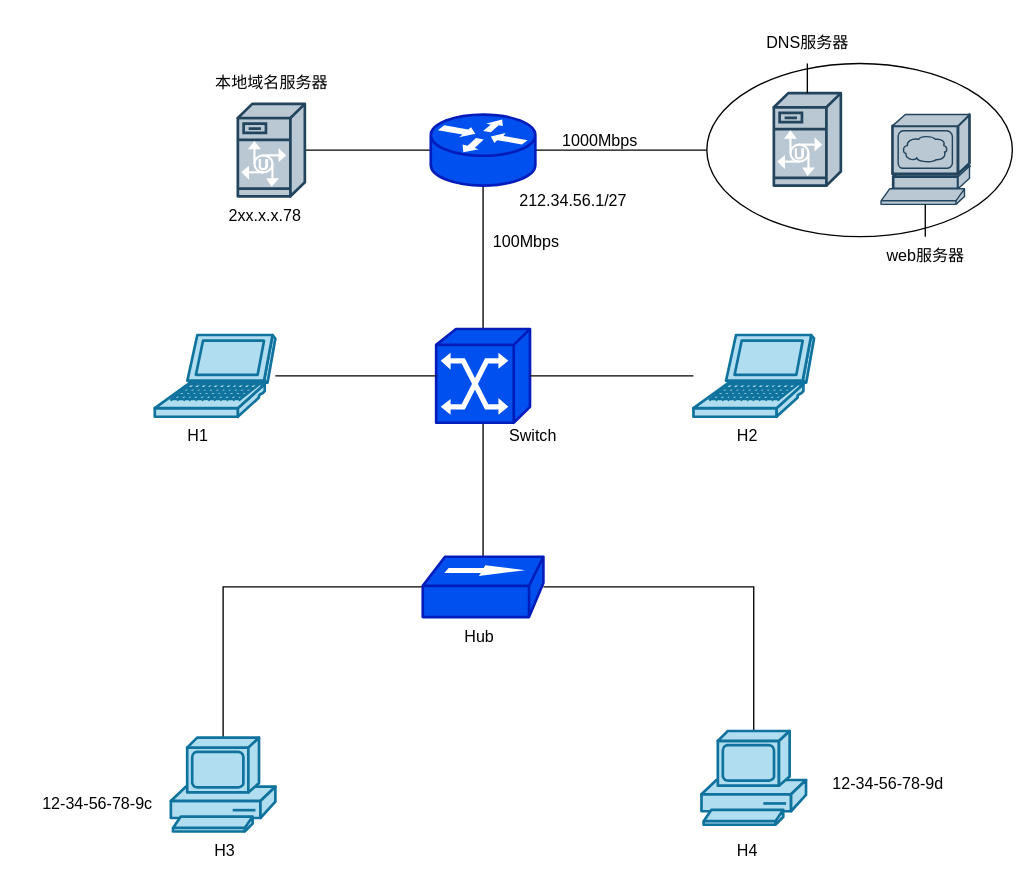
Fanziyang-v/hello-world keeps this draw.io diagram as 未命名绘图.drawio. Above is the earlier version. Source tidied: cells renumbered, new cells numbered last; positions are measured from the earlier drawing's top-left corner, leaving out a move shared by most shapes. Both pictures are drawn from the tidied source at 134%, with x=0, y=0 at pixel (23, 23).
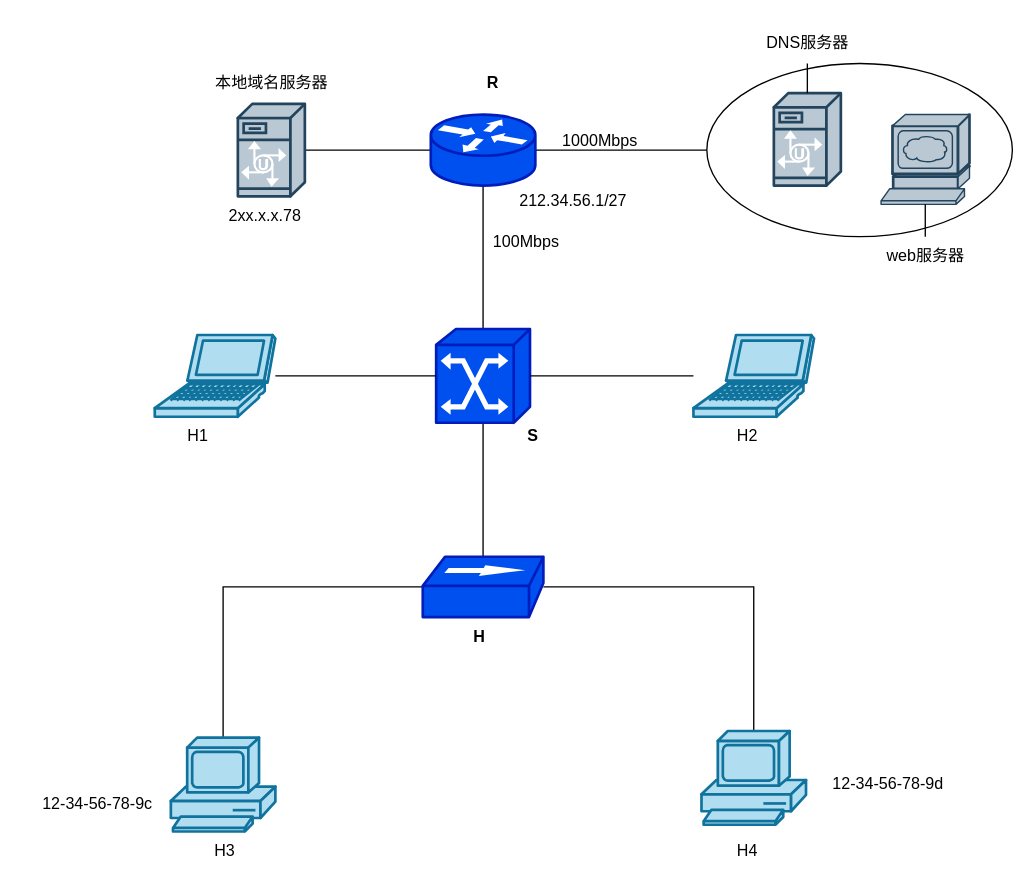
After the change.

Commit message (it also covers changes not shown here):
更新未命名绘图.drawio

Change to the diagram source:
```diff
@@
-    <mxCell id="25" value="Switch" style="text;html=1;align=center;verticalAlign=middle;strokeColor=none;fillColor=none;" parent="1" vertex="1">
-      <mxGeometry x="350" y="293" width="60" height="30" as="geometry" />
+    <mxCell id="25" value="&lt;b&gt;S&lt;/b&gt;" style="text;html=1;align=center;verticalAlign=middle;strokeColor=none;fillColor=none;" parent="1" vertex="1">
+      <mxGeometry x="365" y="293" width="30" height="30" as="geometry" />
     </mxCell>
-    <mxCell id="26" value="Hub" style="text;html=1;align=center;verticalAlign=middle;strokeColor=none;fillColor=none;" parent="1" vertex="1">
-      <mxGeometry x="315" y="443" width="50" height="30" as="geometry" />
+    <mxCell id="26" value="&lt;b&gt;H&lt;/b&gt;" style="text;html=1;align=center;verticalAlign=middle;strokeColor=none;fillColor=none;" parent="1" vertex="1">
+      <mxGeometry x="325" y="443" width="30" height="30" as="geometry" />
     </mxCell>
@@
+    <mxCell id="38" value="&lt;b&gt;R&lt;/b&gt;" style="text;html=1;align=center;verticalAlign=middle;strokeColor=none;fillColor=none;" parent="1" vertex="1">
+      <mxGeometry x="335" y="30" width="30" height="30" as="geometry" />
+    </mxCell>
```
